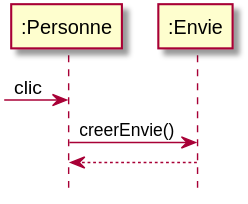
Above: DOC/UML/Sequence/diagSequenceEnvie.svg in DenisGuiraudet/MIASHS_UML_PTUT (PlantUML), before the change.
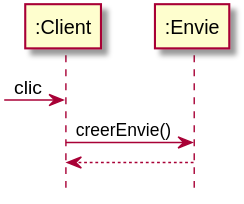
Above is the later version.

Change to the diagram source:
```diff
@@ -2,11 +2,11 @@
 
 hide footbox
 
-participant ":Personne" As Per
+participant ":Client" As C
 participant ":Envie" As E
 
-[-> Per : clic
-Per -> E : creerEnvie()
-E --> Per :
+[-> C : clic
+C -> E : creerEnvie()
+E --> C :
 
 @enduml
```
